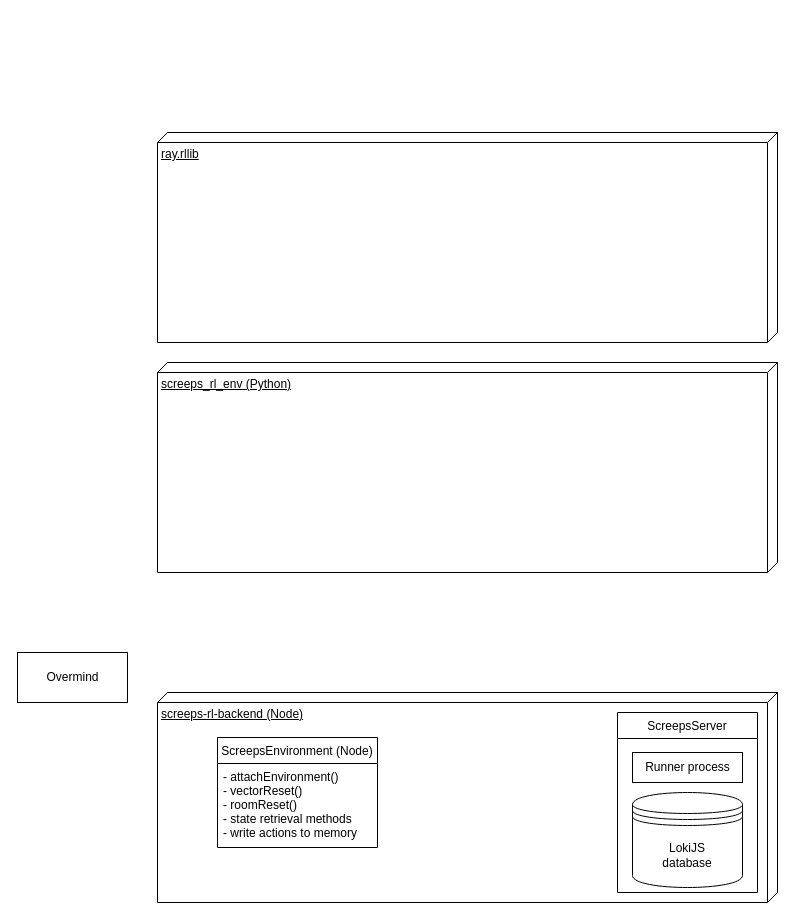
Earlier version of the draw.io diagram models/Untitled Diagram.drawio (bencbartlett/Overmind-RL). Source tidied: cells renumbered, new cells numbered last; positions are measured from the earlier drawing's top-left corner, leaving out a move shared by most shapes. Both pictures are drawn from the tidied source at 100%, with x=0, y=0 at pixel (17, 132).
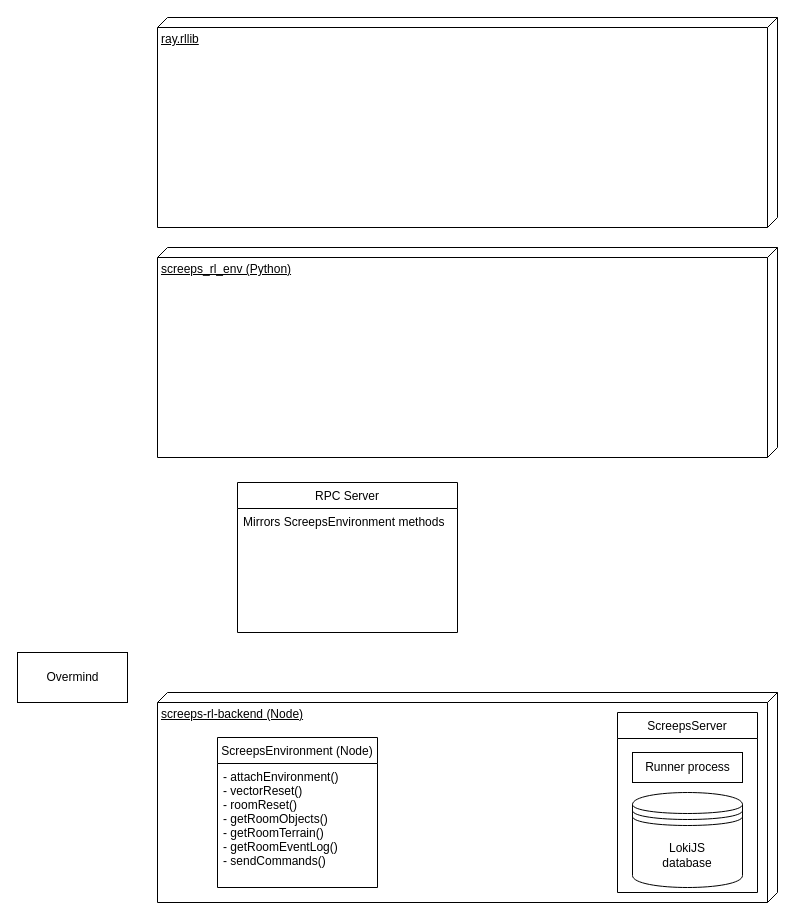
After the change.

Diff of the diagram source:
```diff
@@
 <mxGraphModel background="#ffffff">
   <root>
     <mxCell id="0" />
     <mxCell id="1" parent="0" />
     <mxCell id="2" value="screeps-rl-backend (Node)" style="verticalAlign=top;align=left;spacingTop=8;spacingLeft=2;spacingRight=12;shape=cube;size=10;direction=south;fontStyle=4;html=1;" parent="1" vertex="1">
       <mxGeometry x="140" y="560" width="620" height="210" as="geometry" />
     </mxCell>
     <mxCell id="3" value="screeps_rl_env (Python)" style="verticalAlign=top;align=left;spacingTop=8;spacingLeft=2;spacingRight=12;shape=cube;size=10;direction=south;fontStyle=4;html=1;" parent="1" vertex="1">
-      <mxGeometry x="140" y="230" width="620" height="210" as="geometry" />
+      <mxGeometry x="140" y="115" width="620" height="210" as="geometry" />
     </mxCell>
     <mxCell id="4" value="ray.rllib" style="verticalAlign=top;align=left;spacingTop=8;spacingLeft=2;spacingRight=12;shape=cube;size=10;direction=south;fontStyle=4;html=1;" parent="1" vertex="1">
-      <mxGeometry x="140" width="620" height="210" as="geometry" />
+      <mxGeometry x="140" y="-115" width="620" height="210" as="geometry" />
     </mxCell>
     <mxCell id="5" value="LokiJS&lt;br&gt;database&lt;br&gt;" style="shape=datastore;whiteSpace=wrap;html=1;" parent="1" vertex="1">
       <mxGeometry x="615" y="660" width="110" height="95" as="geometry" />
     </mxCell>
     <mxCell id="6" value="Runner process" style="html=1;" parent="1" vertex="1">
       <mxGeometry x="615" y="620" width="110" height="30" as="geometry" />
     </mxCell>
     <mxCell id="7" value="ScreepsServer" style="swimlane;fontStyle=0;horizontal=1;startSize=26;fillColor=none;" parent="1" vertex="1">
       <mxGeometry x="600" y="580" width="140" height="180" as="geometry" />
     </mxCell>
     <mxCell id="8" value="ScreepsEnvironment (Node)" style="swimlane;fontStyle=0;horizontal=1;startSize=26;fillColor=none;" parent="1" vertex="1">
-      <mxGeometry x="200" y="605" width="160" height="110" as="geometry" />
+      <mxGeometry x="200" y="605" width="160" height="150" as="geometry" />
     </mxCell>
-    <mxCell id="9" value="- attachEnvironment()&#10;- vectorReset()&#10;- roomReset()&#10;- state retrieval methods&#10;- write actions to memory&#10;" style="text;strokeColor=none;fillColor=none;align=left;verticalAlign=top;spacingLeft=4;spacingRight=4;overflow=hidden;" parent="8" vertex="1">
-      <mxGeometry y="26" width="160" height="84" as="geometry" />
+    <mxCell id="9" value="- attachEnvironment()&#10;- vectorReset()&#10;- roomReset()&#10;- getRoomObjects()&#10;- getRoomTerrain()&#10;- getRoomEventLog()&#10;- sendCommands()&#10;" style="text;strokeColor=none;fillColor=none;align=left;verticalAlign=top;spacingLeft=4;spacingRight=4;overflow=hidden;" parent="8" vertex="1">
+      <mxGeometry y="26" width="160" height="124" as="geometry" />
     </mxCell>
     <mxCell id="10" value="Overmind" style="html=1;" parent="1" vertex="1">
       <mxGeometry y="520" width="110" height="50" as="geometry" />
     </mxCell>
+    <mxCell id="11" value="RPC Server" style="swimlane;fontStyle=0;horizontal=1;startSize=26;fillColor=none;" parent="1" vertex="1">
+      <mxGeometry x="220" y="350" width="220" height="150" as="geometry" />
+    </mxCell>
+    <mxCell id="12" value="Mirrors ScreepsEnvironment methods&#10;" style="text;strokeColor=none;fillColor=none;align=left;verticalAlign=top;spacingLeft=4;spacingRight=4;overflow=hidden;" parent="11" vertex="1">
+      <mxGeometry y="26" width="220" height="124" as="geometry" />
+    </mxCell>
   </root>
 </mxGraphModel>
```
